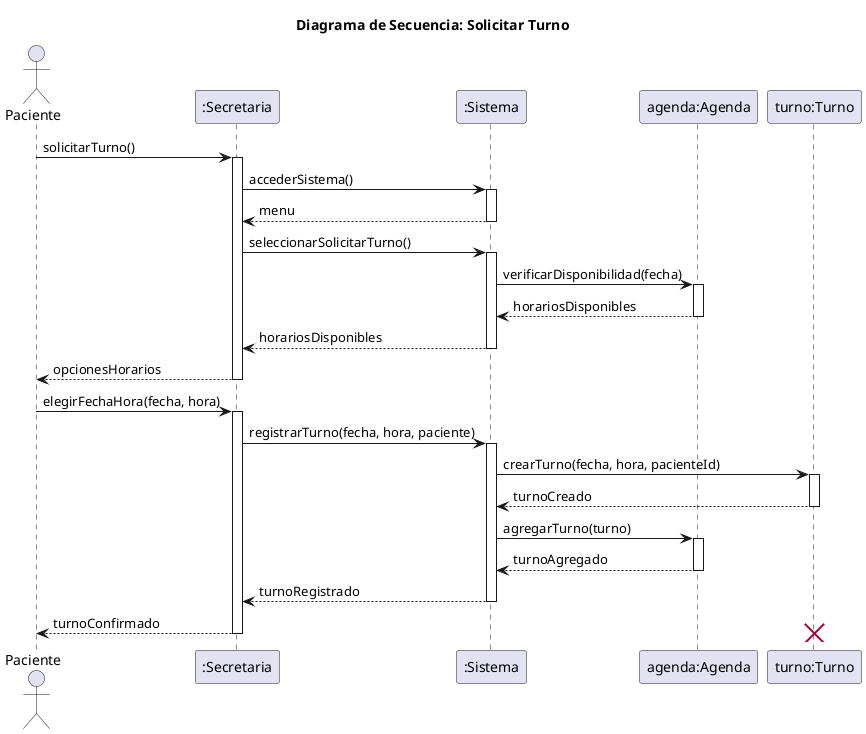
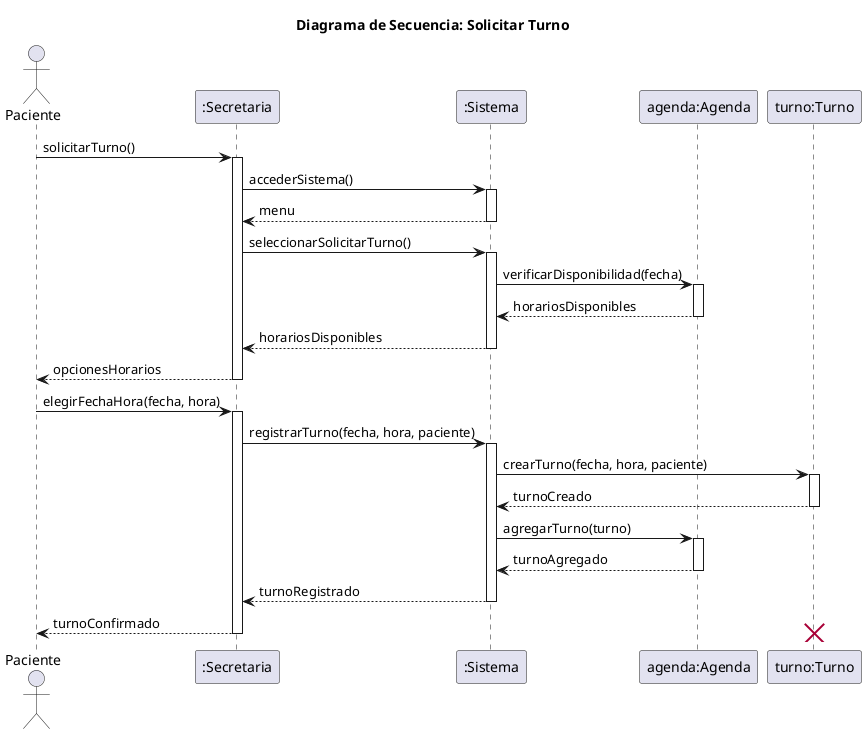
@startuml
title Diagrama de Secuencia: Solicitar Turno

actor Paciente
participant ":Secretaria" as secretaria
participant ":Sistema" as sistema
participant "agenda:Agenda" as agenda
participant "turno:Turno" as turno

Paciente -> secretaria: solicitarTurno()
activate secretaria
secretaria -> sistema: accederSistema()
activate sistema
sistema --> secretaria: menu
deactivate sistema
secretaria -> sistema: seleccionarSolicitarTurno()
activate sistema
sistema -> agenda: verificarDisponibilidad(fecha)
activate agenda
agenda --> sistema: horariosDisponibles
deactivate agenda
sistema --> secretaria: horariosDisponibles
deactivate sistema
secretaria --> Paciente: opcionesHorarios
deactivate secretaria

Paciente -> secretaria: elegirFechaHora(fecha, hora)
activate secretaria
secretaria -> sistema: registrarTurno(fecha, hora, paciente)
activate sistema
- sistema -> turno: crearTurno(fecha, hora, pacienteId)
+ sistema -> turno: crearTurno(fecha, hora, paciente)
activate turno
turno --> sistema: turnoCreado
deactivate turno
sistema -> agenda: agregarTurno(turno)
activate agenda
agenda --> sistema: turnoAgregado
deactivate agenda
sistema --> secretaria: turnoRegistrado
deactivate sistema
secretaria --> Paciente: turnoConfirmado
deactivate secretaria

destroy turno
@enduml